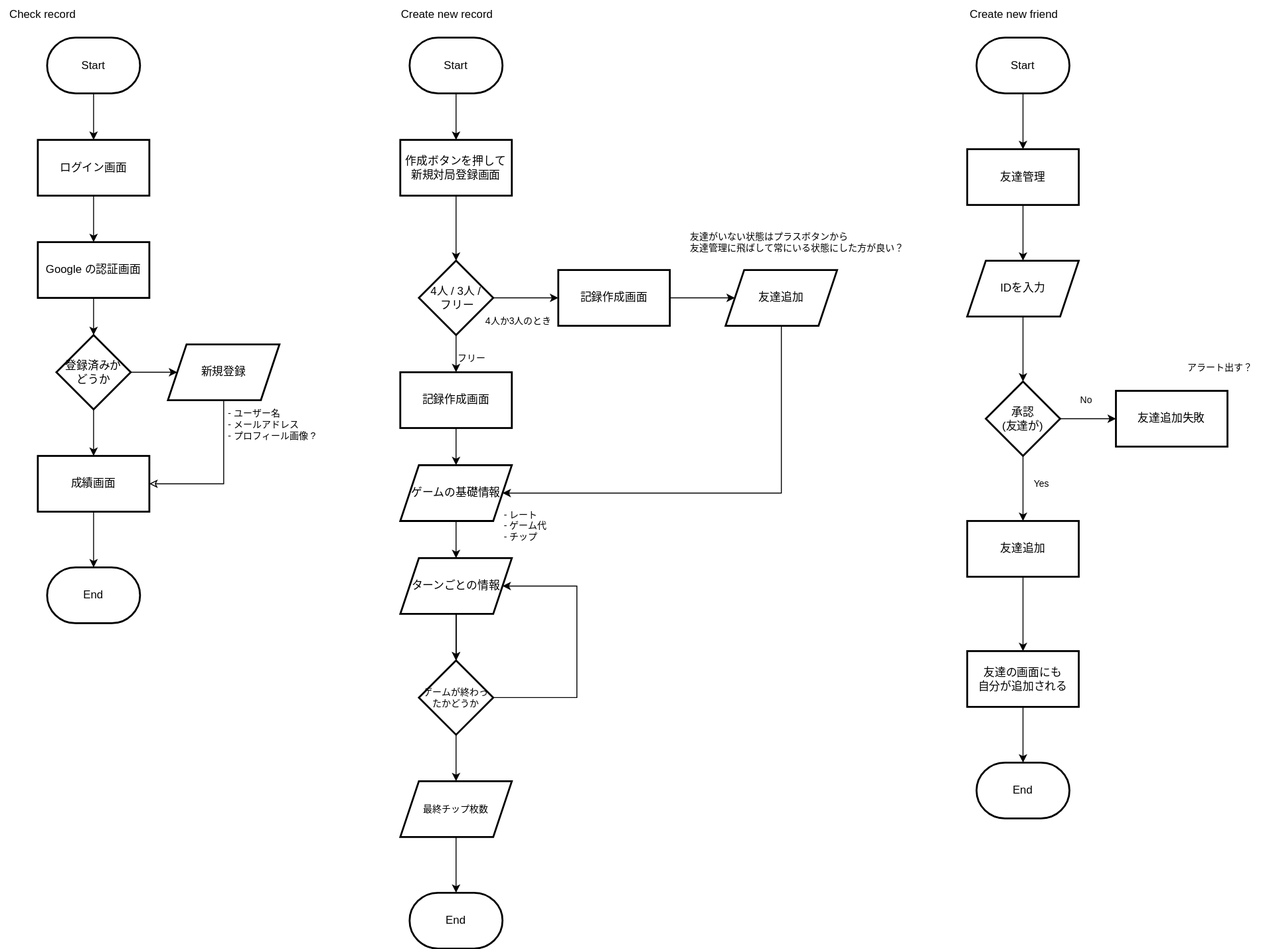
Before: docs/flowchart.drawio.svg, a diagram exported from draw.io (NelsoNave/mahjong-app). Source tidied: cells renumbered, new cells last; positions are measured from the earlier drawing's top-left corner, leaving out a move shared by most shapes.
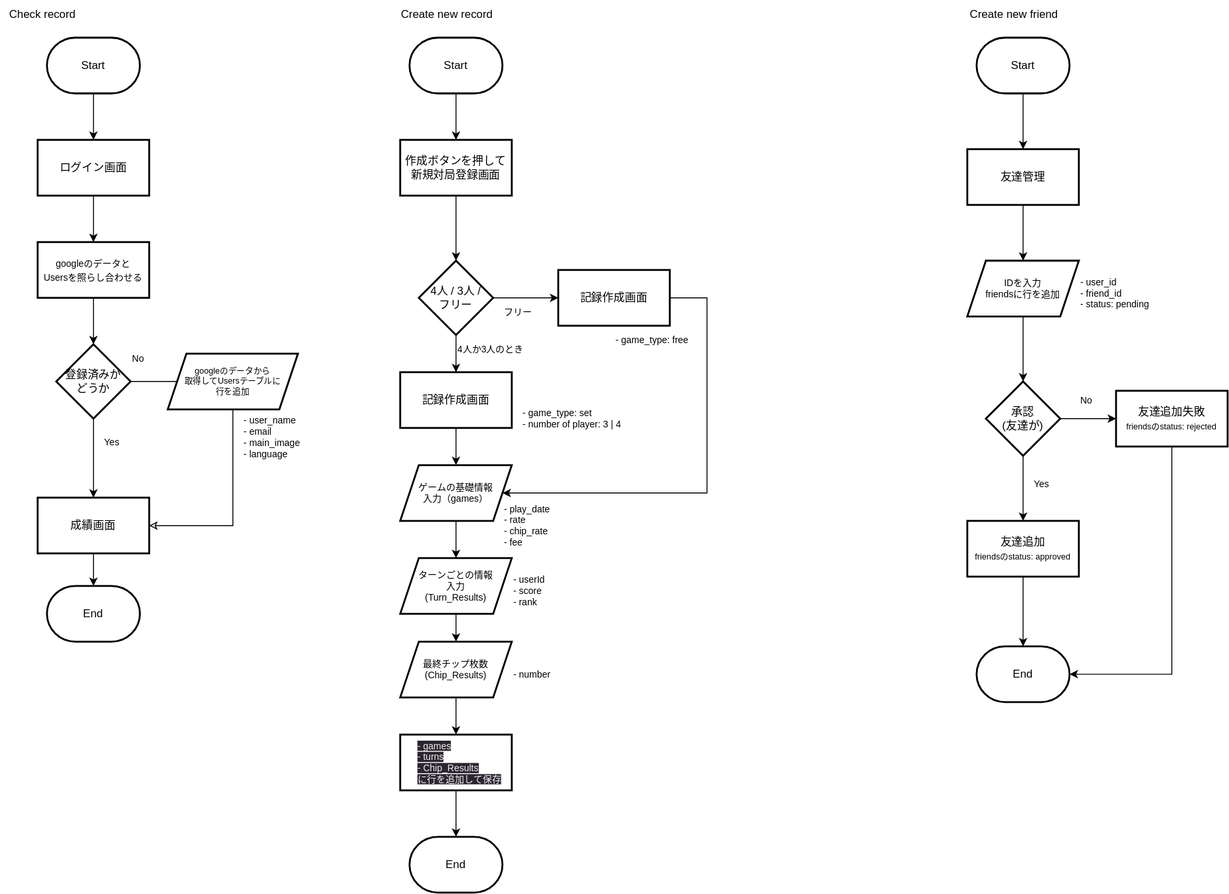
After the change.

Commit message:
docs: update a data flow #2

Diff of the diagram source:
```diff
@@ -19,12 +19,12 @@
     </mxCell>
-    <mxCell id="7" style="edgeStyle=orthogonalEdgeStyle;rounded=0;jettySize=auto;html=1;" parent="1" edge="1" source="8" target="11">
+    <mxCell id="7" style="edgeStyle=none;html=1;entryX=0.5;entryY=0;entryDx=0;entryDy=0;fontSize=10;" parent="1" edge="1" source="8" target="11">
       <mxGeometry relative="1" as="geometry" />
     </mxCell>
-    <mxCell id="8" value="Google の認証画面" style="whiteSpace=wrap;html=1;strokeWidth=2;" parent="1" vertex="1">
+    <mxCell id="8" value="&lt;span style=&quot;font-size: 10px;&quot;&gt;googleのデータと&lt;/span&gt;&lt;br style=&quot;font-size: 10px;&quot;&gt;&lt;span style=&quot;font-size: 10px;&quot;&gt;Usersを照らし合わせる&lt;/span&gt;" style="whiteSpace=wrap;html=1;strokeWidth=2;" parent="1" vertex="1">
       <mxGeometry x="40" y="260" width="120" height="60" as="geometry" />
     </mxCell>
-    <mxCell id="9" style="edgeStyle=orthogonalEdgeStyle;rounded=0;jettySize=auto;html=1;" parent="1" edge="1" source="11" target="12">
+    <mxCell id="9" style="edgeStyle=none;html=1;exitX=1;exitY=0.5;exitDx=0;exitDy=0;entryX=0.143;entryY=0.5;entryDx=0;entryDy=0;entryPerimeter=0;fontSize=10;" parent="1" edge="1" source="11" target="12">
       <mxGeometry relative="1" as="geometry" />
     </mxCell>
-    <mxCell id="10" style="edgeStyle=orthogonalEdgeStyle;rounded=0;jettySize=auto;html=1;" parent="1" edge="1" source="11" target="14">
+    <mxCell id="10" style="edgeStyle=none;html=1;entryX=0.5;entryY=0;entryDx=0;entryDy=0;fontSize=10;" parent="1" edge="1" source="11" target="14">
       <mxGeometry relative="1" as="geometry" />
@@ -32,6 +32,6 @@
     <mxCell id="11" value="登録済みか&lt;div&gt;どうか&lt;/div&gt;" style="rhombus;whiteSpace=wrap;html=1;strokeWidth=2;" parent="1" vertex="1">
-      <mxGeometry x="60" y="360" width="80" height="80" as="geometry" />
+      <mxGeometry x="60" y="370" width="80" height="80" as="geometry" />
     </mxCell>
-    <mxCell id="12" value="新規登録" style="shape=parallelogram;perimeter=parallelogramPerimeter;whiteSpace=wrap;html=1;fixedSize=1;strokeWidth=2;" parent="1" vertex="1">
-      <mxGeometry x="180" y="370" width="120" height="60" as="geometry" />
+    <mxCell id="12" value="googleのデータから&lt;br style=&quot;font-size: 9px;&quot;&gt;取得してUsersテーブルに&lt;br&gt;行を追加" style="shape=parallelogram;perimeter=parallelogramPerimeter;whiteSpace=wrap;html=1;fixedSize=1;strokeWidth=2;fontSize=9;" parent="1" vertex="1">
+      <mxGeometry x="180" y="380" width="140" height="60" as="geometry" />
     </mxCell>
@@ -41,9 +41,9 @@
     <mxCell id="14" value="成績画面" style="whiteSpace=wrap;html=1;strokeWidth=2;" parent="1" vertex="1">
-      <mxGeometry x="40" y="490" width="120" height="60" as="geometry" />
+      <mxGeometry x="40" y="535" width="120" height="60" as="geometry" />
     </mxCell>
-    <mxCell id="15" value="- ユーザー名&lt;div&gt;- メールアドレス&lt;/div&gt;&lt;div&gt;- プロフィール画像 ?&lt;/div&gt;" style="text;html=1;align=left;verticalAlign=middle;strokeColor=none;fillColor=none;fontSize=10;" parent="1" vertex="1">
-      <mxGeometry x="243" y="431" width="120" height="50" as="geometry" />
+    <mxCell id="15" value="- user_name&lt;div&gt;- email&lt;/div&gt;&lt;div&gt;- main_image&lt;br&gt;- language&lt;/div&gt;" style="text;html=1;align=left;verticalAlign=middle;strokeColor=none;fillColor=none;fontSize=10;" parent="1" vertex="1">
+      <mxGeometry x="260" y="440" width="80" height="60" as="geometry" />
     </mxCell>
     <mxCell id="16" value="End" style="strokeWidth=2;html=1;shape=mxgraph.flowchart.terminator;whiteSpace=wrap;" parent="1" vertex="1">
-      <mxGeometry x="50" y="610" width="100" height="60" as="geometry" />
+      <mxGeometry x="50" y="630" width="100" height="60" as="geometry" />
     </mxCell>
@@ -78,5 +78,2 @@
     </mxCell>
-    <mxCell id="26" style="edgeStyle=orthogonalEdgeStyle;rounded=0;jettySize=auto;html=1;" parent="1" edge="1" source="27" target="33">
-      <mxGeometry relative="1" as="geometry" />
-    </mxCell>
     <mxCell id="27" value="記録作成画面" style="whiteSpace=wrap;html=1;strokeWidth=2;" parent="1" vertex="1">
@@ -85,3 +82,3 @@
     <mxCell id="28" value="4人か3人のとき" style="text;html=1;align=left;verticalAlign=middle;strokeColor=none;fillColor=none;fontSize=10;" parent="1" vertex="1">
-      <mxGeometry x="520" y="330" width="90" height="30" as="geometry" />
+      <mxGeometry x="490" y="360" width="90" height="30" as="geometry" />
     </mxCell>
@@ -94,8 +91,8 @@
     <mxCell id="31" value="フリー" style="text;html=1;align=left;verticalAlign=middle;strokeColor=none;fillColor=none;fontSize=10;" parent="1" vertex="1">
-      <mxGeometry x="490" y="370" width="50" height="30" as="geometry" />
+      <mxGeometry x="540" y="320" width="50" height="30" as="geometry" />
     </mxCell>
-    <mxCell id="32" style="edgeStyle=elbowEdgeStyle;rounded=0;jettySize=auto;html=1;exitX=0.5;exitY=1;exitDx=0;exitDy=0;entryX=1;entryY=0.5;entryDx=0;entryDy=0;" parent="1" edge="1" source="33" target="36">
+    <mxCell id="32" style="edgeStyle=elbowEdgeStyle;rounded=0;jettySize=auto;html=1;entryX=1;entryY=0.5;entryDx=0;entryDy=0;" parent="1" edge="1" source="27" target="36">
       <mxGeometry relative="1" as="geometry">
         <Array as="points">
-          <mxPoint x="840" y="440" />
+          <mxPoint x="760" y="420" />
         </Array>
@@ -103,8 +100,2 @@
     </mxCell>
-    <mxCell id="33" value="友達追加" style="shape=parallelogram;perimeter=parallelogramPerimeter;whiteSpace=wrap;html=1;fixedSize=1;strokeWidth=2;" parent="1" vertex="1">
-      <mxGeometry x="780" y="290" width="120" height="60" as="geometry" />
-    </mxCell>
-    <mxCell id="34" value="友達がいない状態はプラスボタンから&lt;br&gt;友達管理に飛ばして常にいる状態にした方が良い？" style="text;html=1;align=left;verticalAlign=middle;strokeColor=none;fillColor=none;fontSize=10;" parent="1" vertex="1">
-      <mxGeometry x="740" y="240" width="250" height="40" as="geometry" />
-    </mxCell>
     <mxCell id="35" style="edgeStyle=orthogonalEdgeStyle;rounded=0;jettySize=auto;html=1;" parent="1" edge="1" source="36" target="40">
@@ -112,42 +103,23 @@
     </mxCell>
-    <mxCell id="36" value="ゲームの基礎情報" style="shape=parallelogram;perimeter=parallelogramPerimeter;whiteSpace=wrap;html=1;fixedSize=1;strokeWidth=2;" parent="1" vertex="1">
+    <mxCell id="36" value="ゲームの基礎情報&lt;br&gt;入力（games）" style="shape=parallelogram;perimeter=parallelogramPerimeter;whiteSpace=wrap;html=1;fixedSize=1;strokeWidth=2;fontSize=10;" parent="1" vertex="1">
       <mxGeometry x="430" y="500" width="120" height="60" as="geometry" />
     </mxCell>
-    <mxCell id="37" value="- レート&lt;div&gt;- ゲーム代&lt;br&gt;&lt;div&gt;- チップ&lt;/div&gt;&lt;/div&gt;" style="text;html=1;align=left;verticalAlign=middle;strokeColor=none;fillColor=none;fontSize=10;" parent="1" vertex="1">
-      <mxGeometry x="540" y="540" width="70" height="50" as="geometry" />
+    <mxCell id="37" value="- play_date&lt;div&gt;- rate&lt;br&gt;&lt;div&gt;- chip_rate&lt;br&gt;- fee&amp;nbsp;&lt;/div&gt;&lt;/div&gt;" style="text;html=1;align=left;verticalAlign=middle;strokeColor=none;fillColor=none;fontSize=10;" parent="1" vertex="1">
+      <mxGeometry x="540" y="535" width="70" height="60" as="geometry" />
     </mxCell>
-    <mxCell id="38" style="edgeStyle=orthogonalEdgeStyle;rounded=0;jettySize=auto;html=1;" parent="1" edge="1" source="40" target="44">
-      <mxGeometry relative="1" as="geometry" />
-    </mxCell>
-    <mxCell id="39" style="edgeStyle=orthogonalEdgeStyle;rounded=0;jettySize=auto;html=1;" parent="1" edge="1" source="40" target="44">
-      <mxGeometry relative="1" as="geometry" />
-    </mxCell>
+    <mxCell id="67" style="edgeStyle=none;html=1;entryX=0.5;entryY=0;entryDx=0;entryDy=0;" parent="1" edge="1" source="40" target="45">
+      <mxGeometry relative="1" as="geometry" />
+    </mxCell>
-    <mxCell id="40" value="ターンごとの情報" style="shape=parallelogram;perimeter=parallelogramPerimeter;whiteSpace=wrap;html=1;fixedSize=1;strokeWidth=2;" parent="1" vertex="1">
+    <mxCell id="40" value="ターンごとの情報&lt;br&gt;入力&lt;br style=&quot;font-size: 10px;&quot;&gt;(Turn_Results)" style="shape=parallelogram;perimeter=parallelogramPerimeter;whiteSpace=wrap;html=1;fixedSize=1;strokeWidth=2;fontSize=10;" parent="1" vertex="1">
       <mxGeometry x="430" y="600" width="120" height="60" as="geometry" />
     </mxCell>
-    <mxCell id="41" style="edgeStyle=orthogonalEdgeStyle;rounded=0;jettySize=auto;html=1;endArrow=none;endFill=0;" parent="1" edge="1" source="44" target="40">
-      <mxGeometry relative="1" as="geometry" />
-    </mxCell>
-    <mxCell id="42" style="edgeStyle=orthogonalEdgeStyle;rounded=0;jettySize=auto;html=1;" parent="1" edge="1" source="44" target="45">
-      <mxGeometry relative="1" as="geometry" />
-    </mxCell>
-    <mxCell id="43" style="edgeStyle=elbowEdgeStyle;rounded=0;jettySize=auto;html=1;entryX=1;entryY=0.5;entryDx=0;entryDy=0;" parent="1" edge="1" source="44" target="40">
-      <mxGeometry relative="1" as="geometry">
-        <Array as="points">
-          <mxPoint x="620" y="690" />
-        </Array>
-      </mxGeometry>
-    </mxCell>
-    <mxCell id="44" value="ゲームが終わったかどうか" style="rhombus;whiteSpace=wrap;html=1;strokeWidth=2;fontSize=10;" parent="1" vertex="1">
-      <mxGeometry x="450" y="710" width="80" height="80" as="geometry" />
-    </mxCell>
+    <mxCell id="68" style="edgeStyle=none;html=1;entryX=0.5;entryY=0;entryDx=0;entryDy=0;" parent="1" edge="1" source="45" target="72">
+      <mxGeometry relative="1" as="geometry" />
+    </mxCell>
-    <mxCell id="45" value="最終チップ枚数" style="shape=parallelogram;perimeter=parallelogramPerimeter;whiteSpace=wrap;html=1;fixedSize=1;fontSize=10;strokeWidth=2;" parent="1" vertex="1">
-      <mxGeometry x="430" y="840" width="120" height="60" as="geometry" />
+    <mxCell id="45" value="最終チップ枚数&lt;br&gt;(Chip_Results)" style="shape=parallelogram;perimeter=parallelogramPerimeter;whiteSpace=wrap;html=1;fixedSize=1;fontSize=10;strokeWidth=2;" parent="1" vertex="1">
+      <mxGeometry x="430" y="690" width="120" height="60" as="geometry" />
     </mxCell>
     <mxCell id="46" value="End" style="strokeWidth=2;html=1;shape=mxgraph.flowchart.terminator;whiteSpace=wrap;" parent="1" vertex="1">
-      <mxGeometry x="440" y="960" width="100" height="60" as="geometry" />
+      <mxGeometry x="440" y="900" width="100" height="60" as="geometry" />
     </mxCell>
-    <mxCell id="47" style="edgeStyle=orthogonalEdgeStyle;rounded=0;jettySize=auto;html=1;entryX=0.5;entryY=0;entryDx=0;entryDy=0;entryPerimeter=0;" parent="1" edge="1" source="45" target="46">
-      <mxGeometry relative="1" as="geometry" />
-    </mxCell>
     <mxCell id="48" value="Create new friend" style="text;html=1;align=center;verticalAlign=middle;strokeColor=none;fillColor=none;" parent="1" vertex="1">
@@ -170,3 +142,3 @@
     </mxCell>
-    <mxCell id="54" value="IDを入力" style="shape=parallelogram;perimeter=parallelogramPerimeter;whiteSpace=wrap;html=1;fixedSize=1;strokeWidth=2;" parent="1" vertex="1">
+    <mxCell id="54" value="IDを入力&lt;br style=&quot;font-size: 10px;&quot;&gt;friendsに行を追加" style="shape=parallelogram;perimeter=parallelogramPerimeter;whiteSpace=wrap;html=1;fixedSize=1;strokeWidth=2;fontSize=10;" parent="1" vertex="1">
       <mxGeometry x="1040" y="280" width="120" height="60" as="geometry" />
@@ -182,17 +154,18 @@
     </mxCell>
+    <mxCell id="69" style="edgeStyle=elbowEdgeStyle;html=1;entryX=1;entryY=0.5;entryDx=0;entryDy=0;entryPerimeter=0;fontSize=9;rounded=0;" parent="1" edge="1" source="58" target="65">
+      <mxGeometry relative="1" as="geometry">
+        <Array as="points">
+          <mxPoint x="1260" y="600" />
+        </Array>
+      </mxGeometry>
+    </mxCell>
-    <mxCell id="58" value="友達追加失敗" style="whiteSpace=wrap;html=1;strokeWidth=2;" parent="1" vertex="1">
+    <mxCell id="58" value="友達追加失敗&lt;br&gt;&lt;span style=&quot;font-size: 9px;&quot;&gt;friendsのstatus: rejected&lt;/span&gt;" style="whiteSpace=wrap;html=1;strokeWidth=2;" parent="1" vertex="1">
       <mxGeometry x="1200" y="420" width="120" height="60" as="geometry" />
     </mxCell>
-    <mxCell id="59" value="アラート出す？" style="text;html=1;align=left;verticalAlign=middle;strokeColor=none;fillColor=none;fontSize=10;" parent="1" vertex="1">
-      <mxGeometry x="1275" y="380" width="90" height="30" as="geometry" />
-    </mxCell>
-    <mxCell id="60" style="edgeStyle=orthogonalEdgeStyle;rounded=0;jettySize=auto;html=1;" parent="1" edge="1" source="61" target="62">
-      <mxGeometry relative="1" as="geometry" />
-    </mxCell>
+    <mxCell id="70" style="edgeStyle=none;html=1;entryX=0.5;entryY=0;entryDx=0;entryDy=0;entryPerimeter=0;fontSize=9;" parent="1" edge="1" source="61" target="65">
+      <mxGeometry relative="1" as="geometry" />
+    </mxCell>
-    <mxCell id="61" value="友達追加" style="whiteSpace=wrap;html=1;strokeWidth=2;" parent="1" vertex="1">
+    <mxCell id="61" value="友達追加&lt;br&gt;&lt;font style=&quot;font-size: 9px;&quot;&gt;friendsのstatus: approved&lt;/font&gt;" style="whiteSpace=wrap;html=1;strokeWidth=2;" parent="1" vertex="1">
       <mxGeometry x="1040" y="560" width="120" height="60" as="geometry" />
     </mxCell>
-    <mxCell id="62" value="友達の画面にも&lt;br&gt;自分が追加される" style="whiteSpace=wrap;html=1;strokeWidth=2;" parent="1" vertex="1">
-      <mxGeometry x="1040" y="700" width="120" height="60" as="geometry" />
-    </mxCell>
     <mxCell id="63" value="No" style="text;html=1;align=left;verticalAlign=middle;strokeColor=none;fillColor=none;fontSize=10;" parent="1" vertex="1">
@@ -204,7 +177,31 @@
     <mxCell id="65" value="End" style="strokeWidth=2;html=1;shape=mxgraph.flowchart.terminator;whiteSpace=wrap;" parent="1" vertex="1">
-      <mxGeometry x="1050" y="820" width="100" height="60" as="geometry" />
+      <mxGeometry x="1050" y="695" width="100" height="60" as="geometry" />
     </mxCell>
-    <mxCell id="66" style="edgeStyle=orthogonalEdgeStyle;rounded=0;jettySize=auto;html=1;entryX=0.5;entryY=0;entryDx=0;entryDy=0;entryPerimeter=0;" parent="1" edge="1" source="62" target="65">
-      <mxGeometry relative="1" as="geometry" />
-    </mxCell>
+    <mxCell id="71" style="edgeStyle=none;html=1;entryX=0.5;entryY=0;entryDx=0;entryDy=0;entryPerimeter=0;" parent="1" edge="1" source="72" target="46">
+      <mxGeometry relative="1" as="geometry" />
+    </mxCell>
+    <mxCell id="72" value="&lt;span style=&quot;color: rgb(240, 240, 240); font-family: Helvetica; font-size: 10px; font-style: normal; font-variant-ligatures: normal; font-variant-caps: normal; font-weight: 400; letter-spacing: normal; orphans: 2; text-indent: 0px; text-transform: none; widows: 2; word-spacing: 0px; -webkit-text-stroke-width: 0px; background-color: rgb(42, 37, 47); text-decoration-thickness: initial; text-decoration-style: initial; text-decoration-color: initial; float: none; display: inline !important;&quot;&gt;- games&lt;/span&gt;&lt;br style=&quot;border-color: rgb(0, 0, 0); color: rgb(240, 240, 240); font-family: Helvetica; font-size: 10px; font-style: normal; font-variant-ligatures: normal; font-variant-caps: normal; font-weight: 400; letter-spacing: normal; orphans: 2; text-indent: 0px; text-transform: none; widows: 2; word-spacing: 0px; -webkit-text-stroke-width: 0px; background-color: rgb(42, 37, 47); text-decoration-thickness: initial; text-decoration-style: initial; text-decoration-color: initial;&quot;&gt;&lt;span style=&quot;color: rgb(240, 240, 240); font-family: Helvetica; font-size: 10px; font-style: normal; font-variant-ligatures: normal; font-variant-caps: normal; font-weight: 400; letter-spacing: normal; orphans: 2; text-indent: 0px; text-transform: none; widows: 2; word-spacing: 0px; -webkit-text-stroke-width: 0px; background-color: rgb(42, 37, 47); text-decoration-thickness: initial; text-decoration-style: initial; text-decoration-color: initial; float: none; display: inline !important;&quot;&gt;- turns&lt;/span&gt;&lt;br style=&quot;border-color: rgb(0, 0, 0); color: rgb(240, 240, 240); font-family: Helvetica; font-size: 10px; font-style: normal; font-variant-ligatures: normal; font-variant-caps: normal; font-weight: 400; letter-spacing: normal; orphans: 2; text-indent: 0px; text-transform: none; widows: 2; word-spacing: 0px; -webkit-text-stroke-width: 0px; background-color: rgb(42, 37, 47); text-decoration-thickness: initial; text-decoration-style: initial; text-decoration-color: initial;&quot;&gt;&lt;span style=&quot;border-color: rgb(0, 0, 0); color: rgb(240, 240, 240); font-family: Helvetica; font-size: 10px; font-style: normal; font-variant-ligatures: normal; font-variant-caps: normal; font-weight: 400; letter-spacing: normal; orphans: 2; text-indent: 0px; text-transform: none; widows: 2; word-spacing: 0px; -webkit-text-stroke-width: 0px; background-color: rgb(42, 37, 47); text-decoration-thickness: initial; text-decoration-style: initial; text-decoration-color: initial;&quot;&gt;- Chip_Results&lt;br style=&quot;font-size: 10px;&quot;&gt;に行を追加して保存&lt;/span&gt;" style="whiteSpace=wrap;html=1;strokeWidth=2;fontSize=10;align=left;spacingLeft=17;" parent="1" vertex="1">
+      <mxGeometry x="430" y="790" width="120" height="60" as="geometry" />
+    </mxCell>
+    <mxCell id="73" value="- userId&lt;br&gt;- score&lt;br&gt;- rank" style="text;html=1;align=left;verticalAlign=middle;strokeColor=none;fillColor=none;fontSize=10;" parent="1" vertex="1">
+      <mxGeometry x="550" y="610" width="60" height="50" as="geometry" />
+    </mxCell>
+    <mxCell id="74" value="- number" style="text;html=1;align=left;verticalAlign=middle;strokeColor=none;fillColor=none;fontSize=10;" parent="1" vertex="1">
+      <mxGeometry x="550" y="710" width="60" height="30" as="geometry" />
+    </mxCell>
+    <mxCell id="75" value="No" style="text;html=1;align=left;verticalAlign=middle;strokeColor=none;fillColor=none;fontSize=10;" parent="1" vertex="1">
+      <mxGeometry x="140" y="370" width="40" height="30" as="geometry" />
+    </mxCell>
+    <mxCell id="76" value="Yes" style="text;html=1;align=left;verticalAlign=middle;strokeColor=none;fillColor=none;fontSize=10;" parent="1" vertex="1">
+      <mxGeometry x="110" y="460" width="40" height="30" as="geometry" />
+    </mxCell>
+    <mxCell id="77" value="- game_type: free" style="text;html=1;align=left;verticalAlign=middle;strokeColor=none;fillColor=none;fontSize=10;" parent="1" vertex="1">
+      <mxGeometry x="660" y="350" width="100" height="30" as="geometry" />
+    </mxCell>
+    <mxCell id="78" value="- game_type: set&lt;br&gt;- number of player: 3 | 4" style="text;html=1;align=left;verticalAlign=middle;strokeColor=none;fillColor=none;fontSize=10;" parent="1" vertex="1">
+      <mxGeometry x="560" y="430" width="130" height="40" as="geometry" />
+    </mxCell>
+    <mxCell id="79" value="- user_id&lt;div&gt;- friend_id&lt;br&gt;&lt;div&gt;- status: pending&lt;br&gt;&lt;/div&gt;&lt;/div&gt;" style="text;html=1;align=left;verticalAlign=middle;strokeColor=none;fillColor=none;fontSize=10;" parent="1" vertex="1">
+      <mxGeometry x="1160" y="290" width="100" height="50" as="geometry" />
+    </mxCell>
   </root>
```
